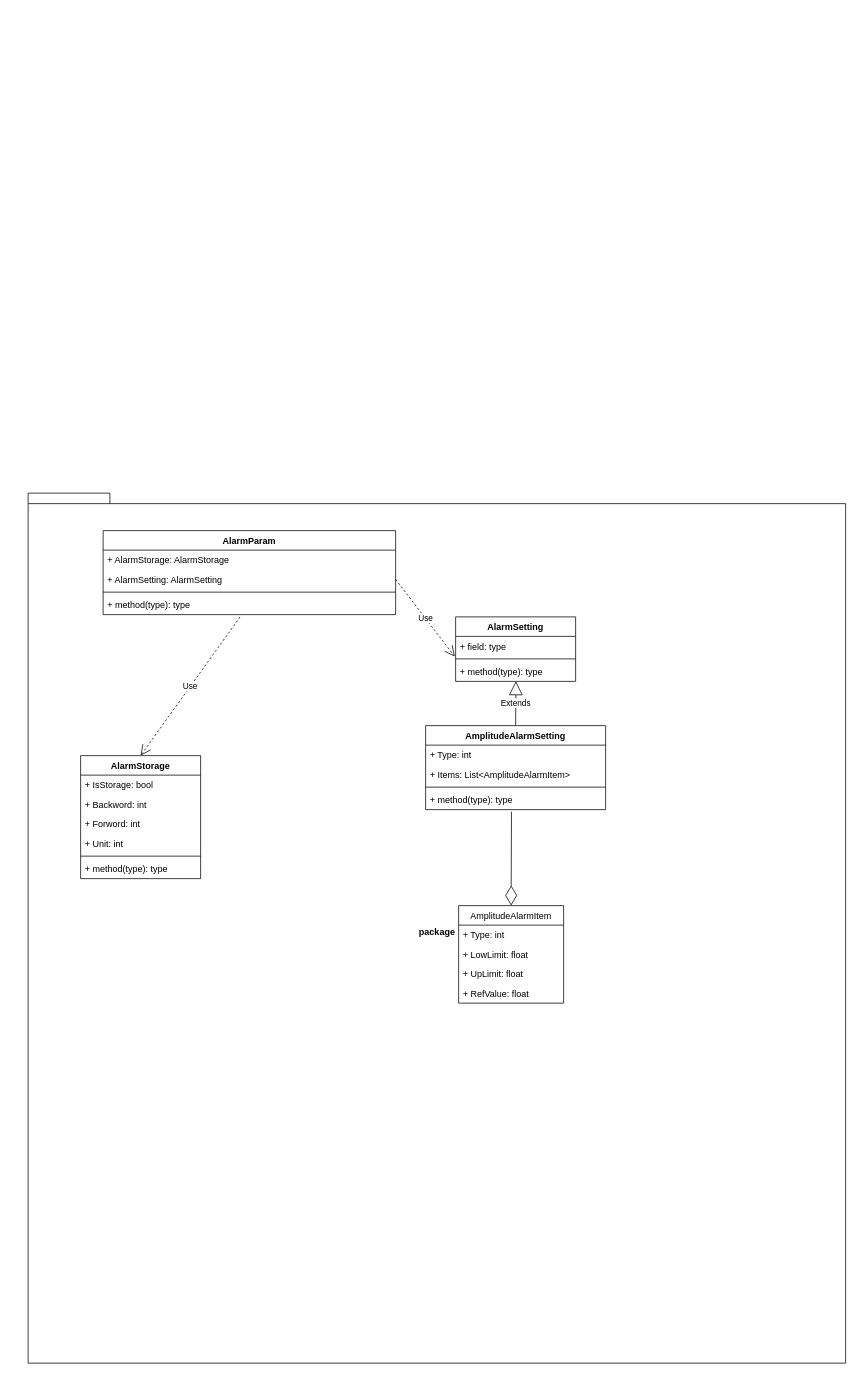
Before: page "AlarmParam" (5 of 7) of Untitled Diagram.drawio in javaDevp/3DExplore, a draw.io diagram. Source tidied: cells renumbered, new cells numbered last; positions are measured from the earlier drawing's top-left corner, leaving out a move shared by most shapes. Both pictures are drawn from the tidied source at 75%, with x=0, y=0 at pixel (28, 493).
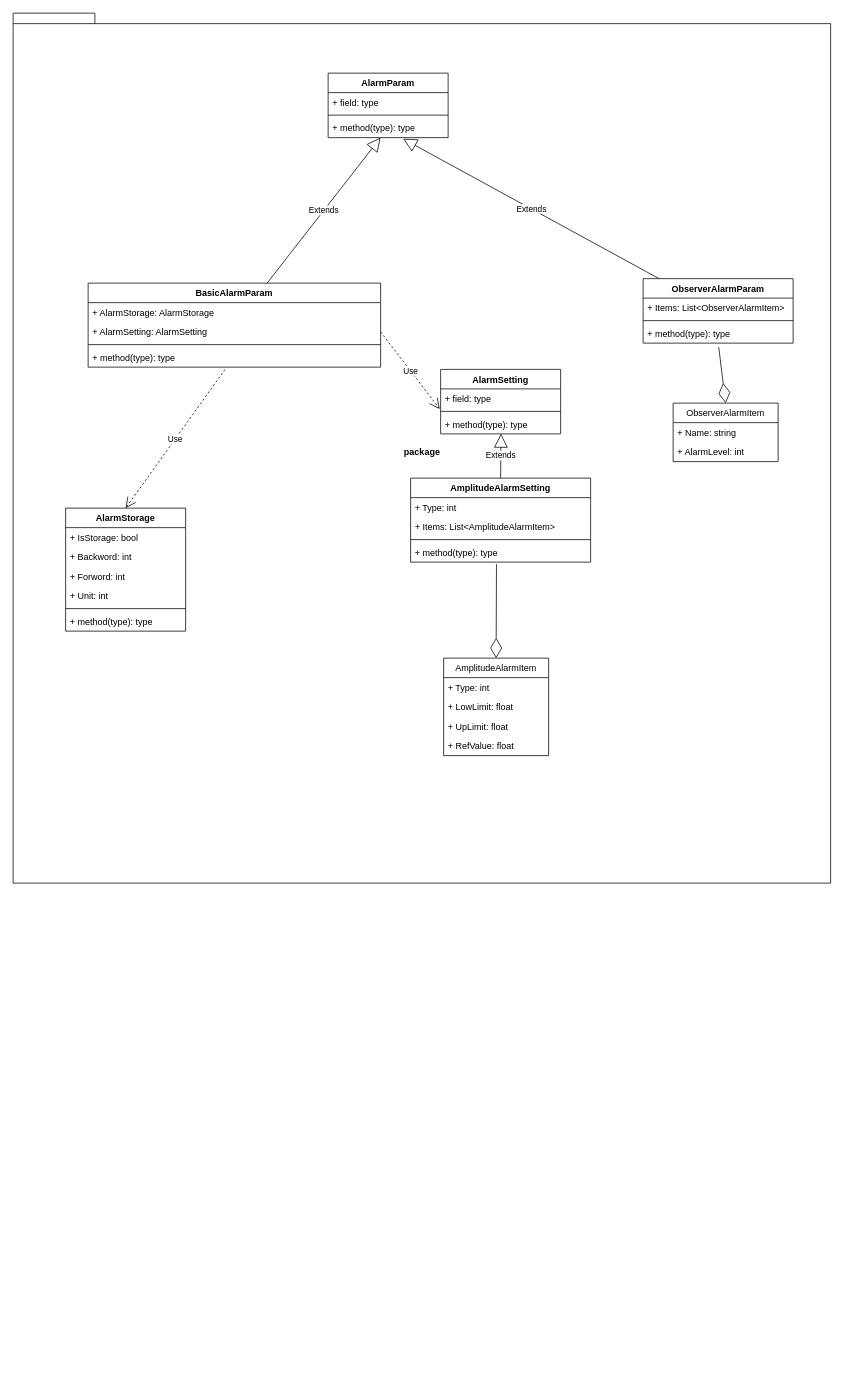
After the change.

Unchanged cells that the change refers to:
```xml
<mxCell id="5" value="+ AlarmSetting: AlarmSetting" style="text;strokeColor=none;fillColor=none;align=left;verticalAlign=top;spacingLeft=4;spacingRight=4;overflow=hidden;points=[[0,0.5],[1,0.5]];portConstraint=eastwest;" parent="3" vertex="1">
  <mxGeometry y="52" width="390" height="26" as="geometry" />
</mxCell>
<mxCell id="7" value="+ method(type): type" style="text;strokeColor=none;fillColor=none;align=left;verticalAlign=top;spacingLeft=4;spacingRight=4;overflow=hidden;points=[[0,0.5],[1,0.5]];portConstraint=eastwest;" parent="3" vertex="1">
  <mxGeometry y="86" width="390" height="26" as="geometry" />
</mxCell>
<mxCell id="16" value="+ field: type" style="text;strokeColor=none;fillColor=none;align=left;verticalAlign=top;spacingLeft=4;spacingRight=4;overflow=hidden;points=[[0,0.5],[1,0.5]];portConstraint=eastwest;" parent="15" vertex="1">
  <mxGeometry y="26" width="160" height="26" as="geometry" />
</mxCell>
<mxCell id="18" value="+ method(type): type" style="text;strokeColor=none;fillColor=none;align=left;verticalAlign=top;spacingLeft=4;spacingRight=4;overflow=hidden;points=[[0,0.5],[1,0.5]];portConstraint=eastwest;" parent="15" vertex="1">
  <mxGeometry y="60" width="160" height="26" as="geometry" />
</mxCell>
<mxCell id="23" value="+ method(type): type" style="text;strokeColor=none;fillColor=none;align=left;verticalAlign=top;spacingLeft=4;spacingRight=4;overflow=hidden;points=[[0,0.5],[1,0.5]];portConstraint=eastwest;" parent="19" vertex="1">
  <mxGeometry y="86" width="240" height="26" as="geometry" />
</mxCell>
```

Diff of the diagram source:
```diff
@@
+    <mxCell id="33" style="group;" parent="1" vertex="1">
+      <mxGeometry x="-20" y="-640" width="1090" height="1160" as="geometry" />
+    </mxCell>
-    <mxCell id="2" value="package" style="shape=folder;fontStyle=1;spacingTop=10;tabWidth=40;tabHeight=14;tabPosition=left;html=1;" parent="1" vertex="1">
+    <mxCell id="2" value="package" style="shape=folder;fontStyle=1;spacingTop=10;tabWidth=40;tabHeight=14;tabPosition=left;html=1;" parent="33" vertex="1">
       <mxGeometry width="1090" height="1160" as="geometry" />
     </mxCell>
-    <mxCell id="3" value="AlarmParam" style="swimlane;fontStyle=1;align=center;verticalAlign=top;horizontal=1;startSize=26;" parent="1" vertex="1">
-      <mxGeometry x="100" y="50" width="390" height="112" as="geometry" />
+    <mxCell id="3" value="BasicAlarmParam" style="swimlane;fontStyle=1;align=center;verticalAlign=top;horizontal=1;startSize=26;" parent="33" vertex="1">
+      <mxGeometry x="100" y="360" width="390" height="112" as="geometry" />
     </mxCell>
@@
-    <mxCell id="8" value="AlarmStorage" style="swimlane;fontStyle=1;align=center;verticalAlign=top;horizontal=1;startSize=26;" parent="1" vertex="1">
-      <mxGeometry x="70" y="350" width="160" height="164" as="geometry" />
+    <mxCell id="8" value="AlarmStorage" style="swimlane;fontStyle=1;align=center;verticalAlign=top;horizontal=1;startSize=26;" parent="33" vertex="1">
+      <mxGeometry x="70" y="660" width="160" height="164" as="geometry" />
     </mxCell>
@@
-    <mxCell id="15" value="AlarmSetting" style="swimlane;fontStyle=1;align=center;verticalAlign=top;horizontal=1;startSize=26;" parent="1" vertex="1">
-      <mxGeometry x="570" y="165" width="160" height="86" as="geometry" />
+    <mxCell id="15" value="AlarmSetting" style="swimlane;fontStyle=1;align=center;verticalAlign=top;horizontal=1;startSize=26;" parent="33" vertex="1">
+      <mxGeometry x="570" y="475" width="160" height="86" as="geometry" />
     </mxCell>
@@
-    <mxCell id="19" value="AmplitudeAlarmSetting" style="swimlane;fontStyle=1;align=center;verticalAlign=top;horizontal=1;startSize=26;" parent="1" vertex="1">
-      <mxGeometry x="530" y="310" width="240" height="112" as="geometry" />
+    <mxCell id="19" value="AmplitudeAlarmSetting" style="swimlane;fontStyle=1;align=center;verticalAlign=top;horizontal=1;startSize=26;" parent="33" vertex="1">
+      <mxGeometry x="530" y="620" width="240" height="112" as="geometry" />
     </mxCell>
@@
-    <mxCell id="24" value="AmplitudeAlarmItem" style="swimlane;fontStyle=0;horizontal=1;startSize=26;fillColor=none;" parent="1" vertex="1">
-      <mxGeometry x="574" y="550" width="140" height="130" as="geometry" />
+    <mxCell id="24" value="AmplitudeAlarmItem" style="swimlane;fontStyle=0;horizontal=1;startSize=26;fillColor=none;" parent="33" vertex="1">
+      <mxGeometry x="574" y="860" width="140" height="130" as="geometry" />
     </mxCell>
@@
-    <mxCell id="29" style="endArrow=diamondThin;endFill=0;endSize=24;html=1;rounded=0;entryX=0.5;entryY=0;entryDx=0;entryDy=0;exitX=0.477;exitY=1.108;exitDx=0;exitDy=0;exitPerimeter=0;" parent="1" edge="1" source="23" target="24">
+    <mxCell id="29" style="endArrow=diamondThin;endFill=0;endSize=24;html=1;rounded=0;entryX=0.5;entryY=0;entryDx=0;entryDy=0;exitX=0.477;exitY=1.108;exitDx=0;exitDy=0;exitPerimeter=0;" parent="33" edge="1" source="23" target="24">
       <mxGeometry relative="1" as="geometry" />
     </mxCell>
-    <mxCell id="30" value="Extends" style="endArrow=block;endSize=16;endFill=0;html=1;rounded=0;exitX=0.5;exitY=0;exitDx=0;exitDy=0;entryX=0.503;entryY=0.992;entryDx=0;entryDy=0;entryPerimeter=0;" parent="1" edge="1" source="19" target="18">
+    <mxCell id="30" value="Extends" style="endArrow=block;endSize=16;endFill=0;html=1;rounded=0;exitX=0.5;exitY=0;exitDx=0;exitDy=0;entryX=0.503;entryY=0.992;entryDx=0;entryDy=0;entryPerimeter=0;" parent="33" edge="1" source="19" target="18">
       <mxGeometry relative="1" as="geometry" />
     </mxCell>
-    <mxCell id="31" value="Use" style="endArrow=open;endSize=12;dashed=1;html=1;rounded=0;entryX=-0.007;entryY=1.038;entryDx=0;entryDy=0;entryPerimeter=0;exitX=1;exitY=0.5;exitDx=0;exitDy=0;" parent="1" edge="1" source="5" target="16">
+    <mxCell id="31" value="Use" style="endArrow=open;endSize=12;dashed=1;html=1;rounded=0;entryX=-0.007;entryY=1.038;entryDx=0;entryDy=0;entryPerimeter=0;exitX=1;exitY=0.5;exitDx=0;exitDy=0;" parent="33" edge="1" source="5" target="16">
       <mxGeometry relative="1" as="geometry" />
     </mxCell>
-    <mxCell id="32" value="Use" style="endArrow=open;endSize=12;dashed=1;html=1;rounded=0;exitX=0.468;exitY=1.123;exitDx=0;exitDy=0;exitPerimeter=0;entryX=0.5;entryY=0;entryDx=0;entryDy=0;" parent="1" edge="1" source="7" target="8">
+    <mxCell id="32" value="Use" style="endArrow=open;endSize=12;dashed=1;html=1;rounded=0;exitX=0.468;exitY=1.123;exitDx=0;exitDy=0;exitPerimeter=0;entryX=0.5;entryY=0;entryDx=0;entryDy=0;" parent="33" edge="1" source="7" target="8">
       <mxGeometry relative="1" as="geometry" />
     </mxCell>
+    <mxCell id="34" value="AlarmParam" style="swimlane;fontStyle=1;align=center;verticalAlign=top;horizontal=1;startSize=26;" parent="33" vertex="1">
+      <mxGeometry x="420" y="80" width="160" height="86" as="geometry" />
+    </mxCell>
+    <mxCell id="35" value="+ field: type" style="text;strokeColor=none;fillColor=none;align=left;verticalAlign=top;spacingLeft=4;spacingRight=4;overflow=hidden;" parent="34" vertex="1">
+      <mxGeometry y="26" width="160" height="26" as="geometry" />
+    </mxCell>
+    <mxCell id="36" style="line;strokeWidth=1;fillColor=none;align=left;verticalAlign=middle;spacingTop=-1;spacingLeft=3;spacingRight=3;labelPosition=right;" parent="34" vertex="1">
+      <mxGeometry y="52" width="160" height="8" as="geometry" />
+    </mxCell>
+    <mxCell id="37" value="+ method(type): type" style="text;strokeColor=none;fillColor=none;align=left;verticalAlign=top;spacingLeft=4;spacingRight=4;overflow=hidden;points=[[0,0.5],[1,0.5]];portConstraint=eastwest;" parent="34" vertex="1">
+      <mxGeometry y="60" width="160" height="26" as="geometry" />
+    </mxCell>
+    <mxCell id="38" value="ObserverAlarmParam" style="swimlane;fontStyle=1;align=center;verticalAlign=top;horizontal=1;startSize=26;" parent="33" vertex="1">
+      <mxGeometry x="840" y="354" width="200" height="86" as="geometry" />
+    </mxCell>
+    <mxCell id="39" value="+ Items: List&lt;ObserverAlarmItem&gt;" style="text;strokeColor=none;fillColor=none;align=left;verticalAlign=top;spacingLeft=4;spacingRight=4;overflow=hidden;" parent="38" vertex="1">
+      <mxGeometry y="26" width="200" height="26" as="geometry" />
+    </mxCell>
+    <mxCell id="40" style="line;strokeWidth=1;fillColor=none;align=left;verticalAlign=middle;spacingTop=-1;spacingLeft=3;spacingRight=3;labelPosition=right;" parent="38" vertex="1">
+      <mxGeometry y="52" width="200" height="8" as="geometry" />
+    </mxCell>
+    <mxCell id="41" value="+ method(type): type" style="text;strokeColor=none;fillColor=none;align=left;verticalAlign=top;spacingLeft=4;spacingRight=4;overflow=hidden;points=[[0,0.5],[1,0.5]];portConstraint=eastwest;" parent="38" vertex="1">
+      <mxGeometry y="60" width="200" height="26" as="geometry" />
+    </mxCell>
+    <mxCell id="42" value="ObserverAlarmItem" style="swimlane;fontStyle=0;horizontal=1;startSize=26;fillColor=none;" parent="33" vertex="1">
+      <mxGeometry x="880" y="520" width="140" height="78" as="geometry" />
+    </mxCell>
+    <mxCell id="43" value="+ Name: string" style="text;strokeColor=none;fillColor=none;align=left;verticalAlign=top;spacingLeft=4;spacingRight=4;overflow=hidden;" parent="42" vertex="1">
+      <mxGeometry y="26" width="140" height="26" as="geometry" />
+    </mxCell>
+    <mxCell id="44" value="+ AlarmLevel: int" style="text;strokeColor=none;fillColor=none;align=left;verticalAlign=top;spacingLeft=4;spacingRight=4;overflow=hidden;" parent="42" vertex="1">
+      <mxGeometry y="52" width="140" height="26" as="geometry" />
+    </mxCell>
+    <mxCell id="45" style="endArrow=diamondThin;endFill=0;endSize=24;html=1;rounded=0;entryX=0.5;entryY=0;entryDx=0;entryDy=0;exitX=0.504;exitY=1.2;exitDx=0;exitDy=0;exitPerimeter=0;" parent="33" edge="1" source="41" target="42">
+      <mxGeometry relative="1" as="geometry" />
+    </mxCell>
+    <mxCell id="46" value="Extends" style="endArrow=block;endSize=16;endFill=0;html=1;rounded=0;" parent="33" edge="1" source="3" target="37">
+      <mxGeometry relative="1" as="geometry" />
+    </mxCell>
+    <mxCell id="47" value="Extends" style="endArrow=block;endSize=16;endFill=0;html=1;rounded=0;entryX=0.625;entryY=1.062;entryDx=0;entryDy=0;entryPerimeter=0;" parent="33" edge="1" source="38" target="37">
+      <mxGeometry relative="1" as="geometry" />
+    </mxCell>
```
